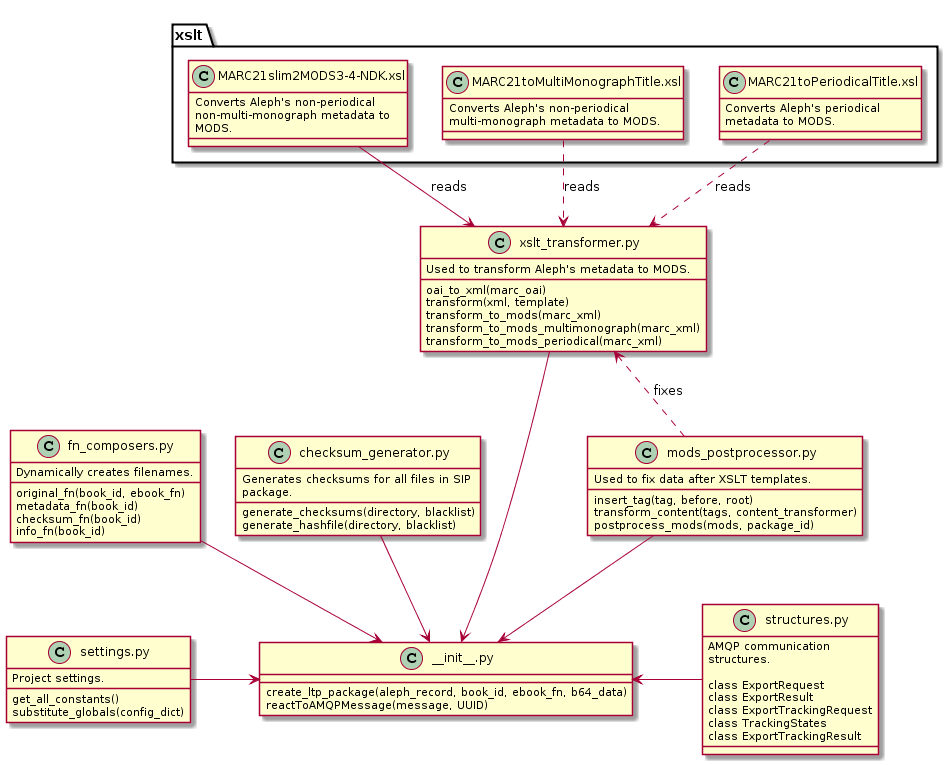
The PlantUML diagram docs/_static/relations.png in edeposit/edeposit.amqp.ltp, before a commit.
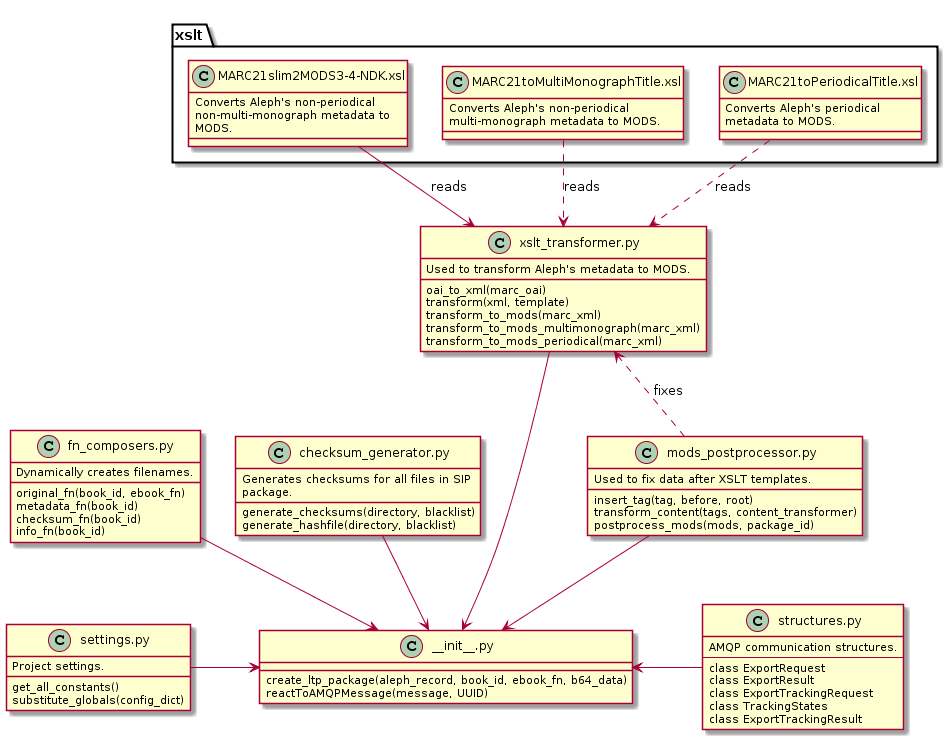
After the commit.

The edit, as a diff of the source:
```diff
@@ -62,9 +62,8 @@
 }
 
 class structures as "structures.py" {
-    AMQP communication
-    structures.
-
+    AMQP communication structures.
+    ---
     class ExportRequest
     class ExportResult
     class ExportTrackingRequest
```
